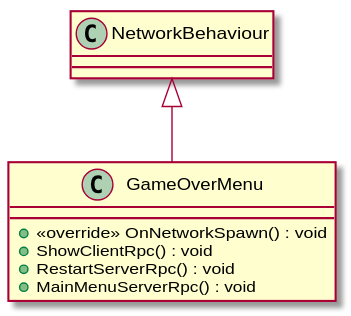
David-Denny/COMP3013-Team7 keeps this PlantUML diagram as UML/Menus/GameOverMenu.svg. Above is the earlier version. Its diagram source:
```plantuml
@startuml
class GameOverMenu {
    + <<override>> OnNetworkSpawn() : void
    + ShowClientRpc() : void
    + RestartServerRpc() : void
    + MainMenuServerRpc() : void
}
NetworkBehaviour <|-- GameOverMenu
@enduml
```
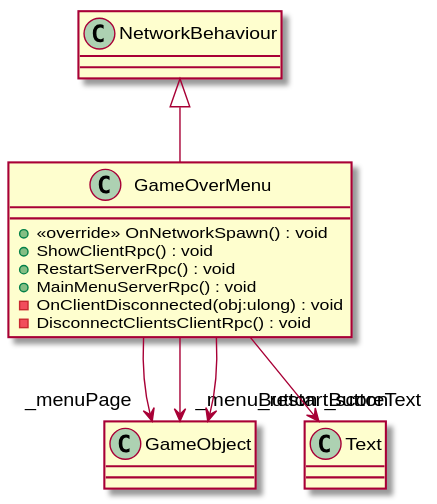
After the change.

Diff of the diagram source:
```diff
@@ -4,6 +4,12 @@
     + ShowClientRpc() : void
     + RestartServerRpc() : void
     + MainMenuServerRpc() : void
+    - OnClientDisconnected(obj:ulong) : void
+    - DisconnectClientsClientRpc() : void
 }
 NetworkBehaviour <|-- GameOverMenu
+GameOverMenu --> "_menuPage" GameObject
+GameOverMenu --> "_scoreText" Text
+GameOverMenu --> "_menuButton" GameObject
+GameOverMenu --> "_restartButton" GameObject
 @enduml
```
